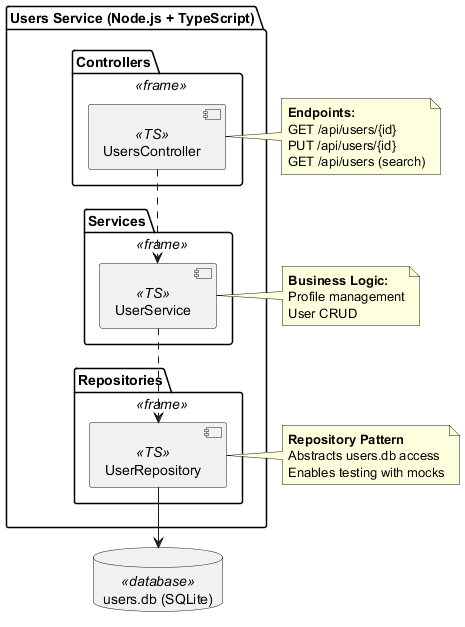
Earlier version of the PlantUML export images/level2-users.png (Arquisoft/yovi_es1c).
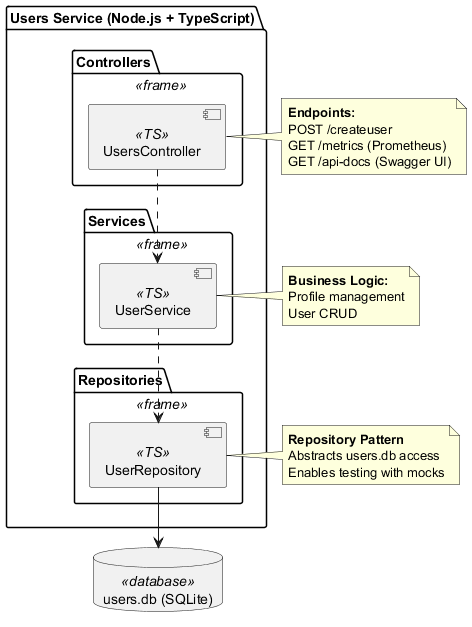
The same diagram one commit later.

What changed in the source:
```diff
@@ -22,9 +22,9 @@
 
 note right of [UsersController]
   **Endpoints:**
-  GET /api/users/{id}
-  PUT /api/users/{id}
-  GET /api/users (search)
+  POST /createuser
+  GET /metrics (Prometheus)
+  GET /api-docs (Swagger UI)
 end note
 
 note right of [UserService]
```
